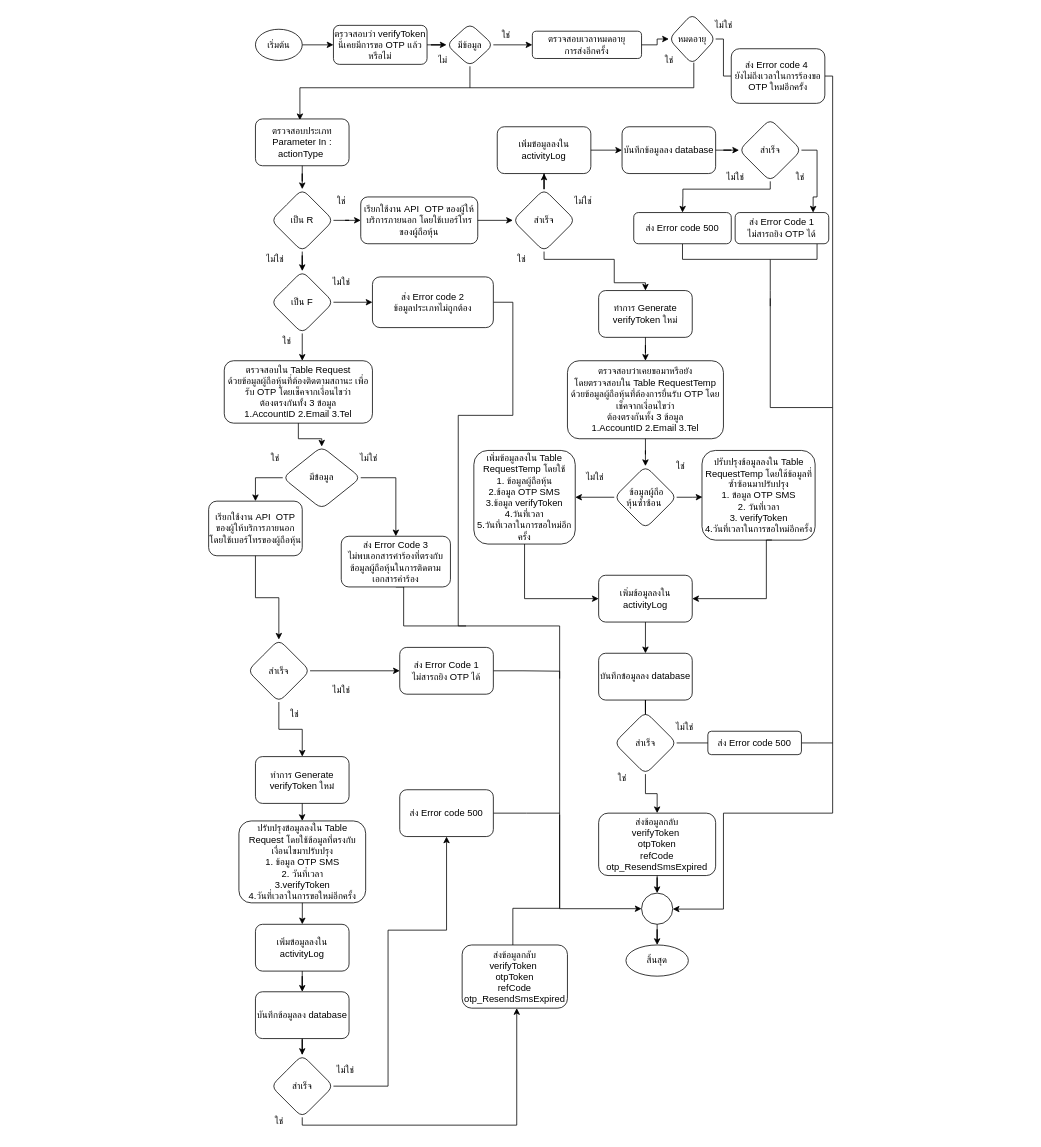
Before: RequestOTPByTel.drawio in charifrodmanee/charifrodmanee, a draw.io diagram. Source tidied: cells renumbered, new cells numbered last; positions are measured from the earlier drawing's top-left corner, leaving out a move shared by most shapes. Both pictures are drawn from the tidied source at 78%, with x=0, y=0 at pixel (208, 13).
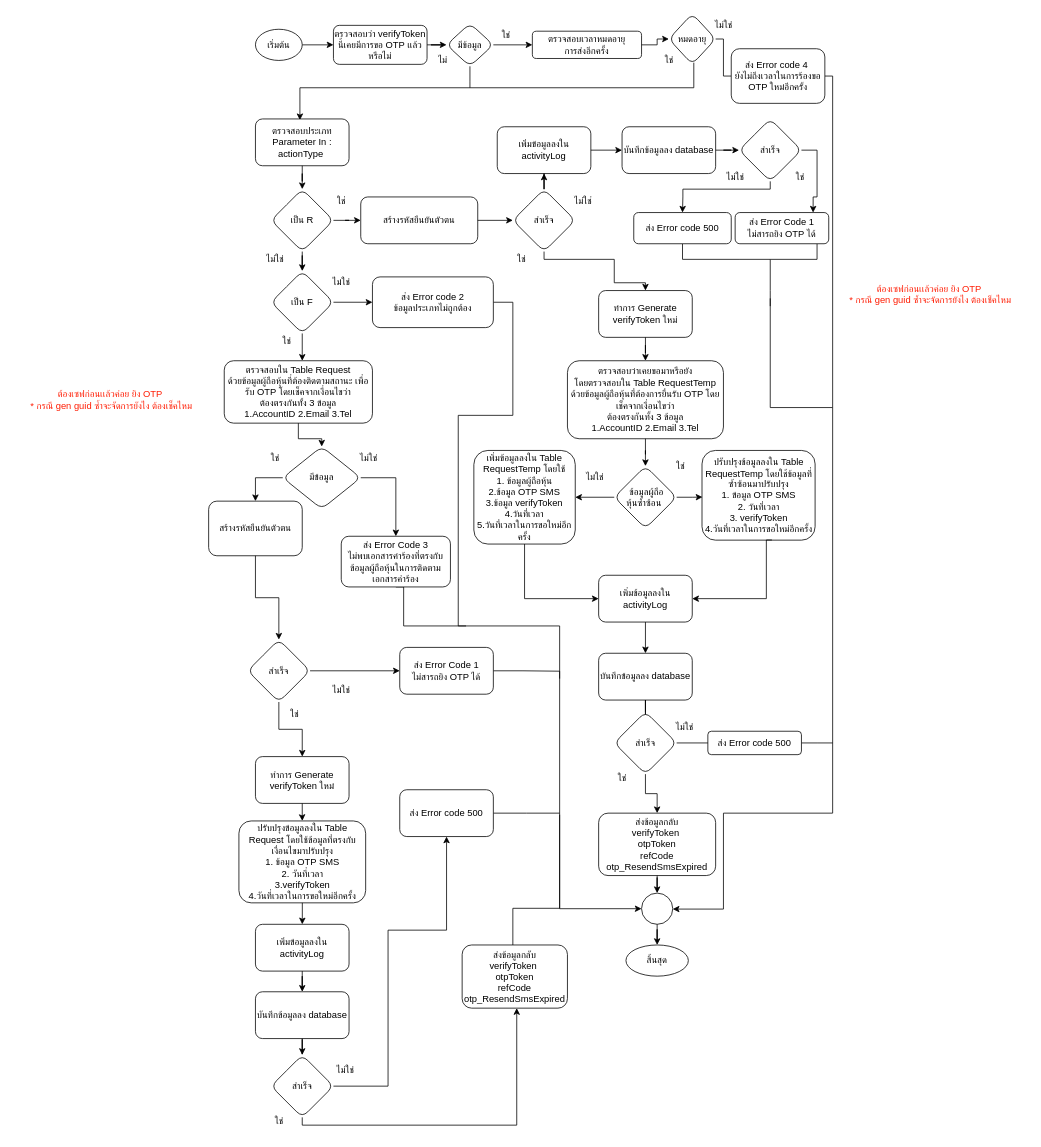
The same diagram, later.

The edit, as a diff of the source:
```diff
@@
-    <mxCell id="4" value="เรียกใช้งาน API&amp;nbsp; OTP ของผู้ให้บริการภายนอก โดยใช้เบอร์โทรของผู้ถือหุ้น" style="whiteSpace=wrap;html=1;rounded=1;" parent="1" vertex="1">
+    <mxCell id="4" value="สร้างรหัสยืนยันตัวตน" style="whiteSpace=wrap;html=1;rounded=1;" parent="1" vertex="1">
       <mxGeometry y="625" width="120" height="70" as="geometry" />
     </mxCell>
@@
-    <mxCell id="31" value="เรียกใช้งาน API&amp;nbsp; OTP ของผู้ให้บริการภายนอก โดยใช้เบอร์โทรของผู้ถือหุ้น" style="whiteSpace=wrap;html=1;rounded=1;" parent="1" vertex="1">
+    <mxCell id="31" value="สร้างรหัสยืนยันตัวตน" style="whiteSpace=wrap;html=1;rounded=1;" parent="1" vertex="1">
       <mxGeometry x="195" y="235" width="150" height="60" as="geometry" />
     </mxCell>
@@
+    <mxCell id="119" value="&lt;font color=&quot;#ff1c03&quot;&gt;ต้องเซฟก่อนเเล้วค่อย ยิง OTP&amp;nbsp;&lt;br&gt;* กรณี gen guid ซ้ำจะจัดการยังไง ต้องเช็คไหม&lt;br&gt;&lt;/font&gt;" style="text;html=1;align=center;verticalAlign=middle;strokeColor=none;fillColor=none;" parent="1" vertex="1">
+      <mxGeometry x="800" y="340" width="250" height="40" as="geometry" />
+    </mxCell>
+    <mxCell id="120" value="&lt;font color=&quot;#ff1c03&quot;&gt;ต้องเซฟก่อนเเล้วค่อย ยิง OTP&amp;nbsp;&lt;br&gt;* กรณี gen guid ซ้ำจะจัดการยังไง ต้องเช็คไหม&lt;br&gt;&lt;/font&gt;" style="text;html=1;align=center;verticalAlign=middle;strokeColor=none;fillColor=none;" parent="1" vertex="1">
+      <mxGeometry x="-250" y="475" width="250" height="40" as="geometry" />
+    </mxCell>
```
